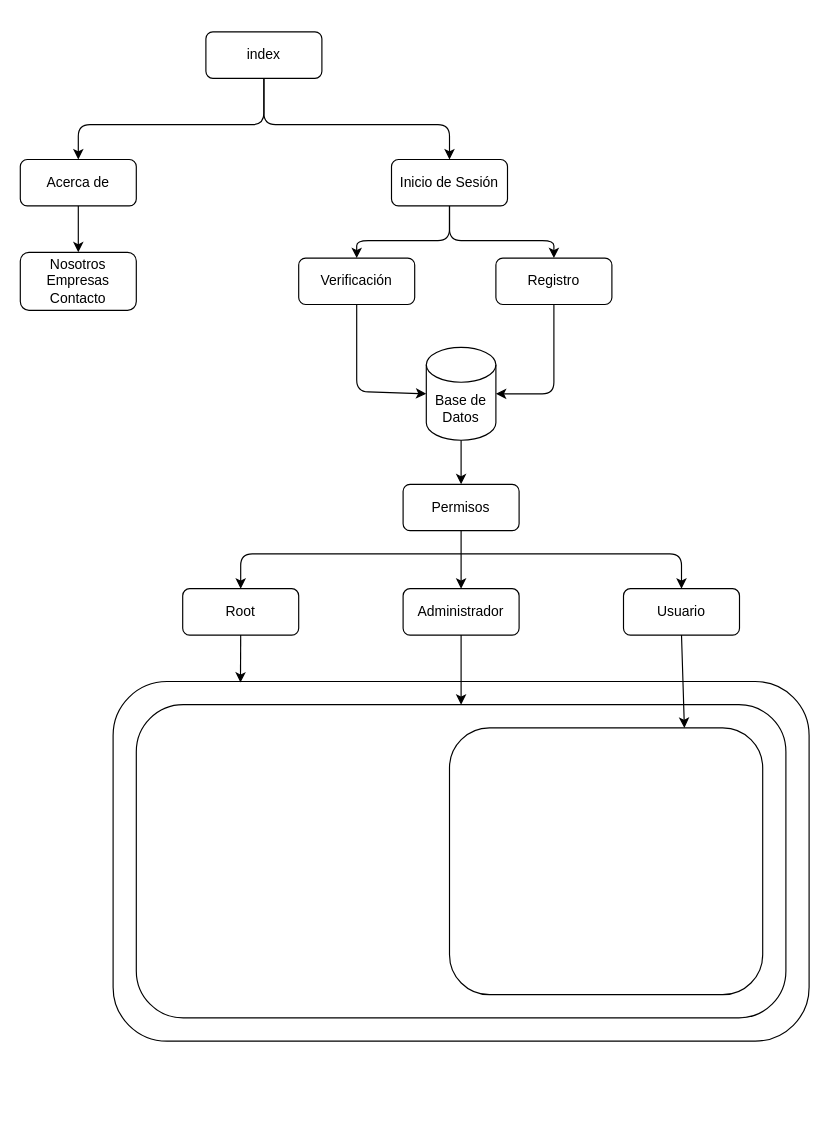
Adrian-FES-Aragon/TEC keeps this draw.io diagram as Documentación/Diagrama.drawio. Above is the earlier version. Source tidied: cells renumbered, new cells numbered last; positions are measured from the earlier drawing's top-left corner, leaving out a move shared by most shapes. Both pictures are drawn from the tidied source at 116%, with x=0, y=0 at pixel (20, 31).
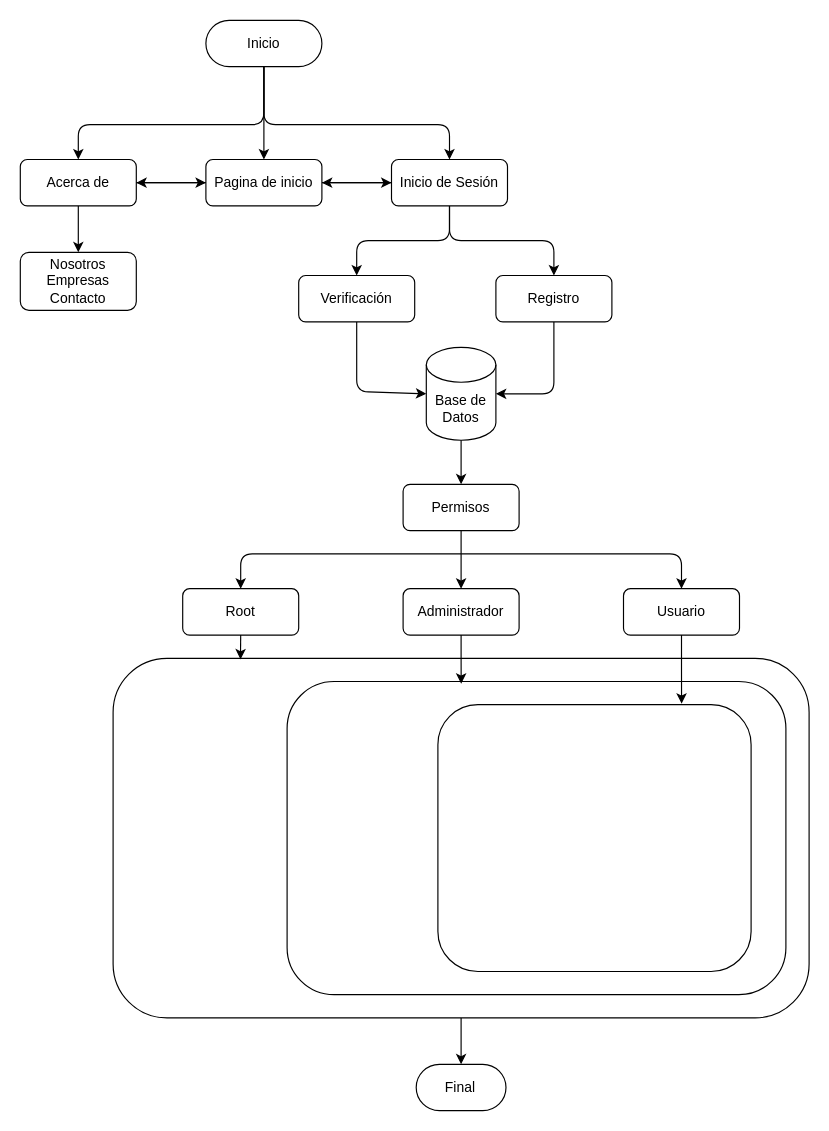
Above is the later version.

Unchanged cells that the change refers to:
```xml
<mxCell id="4" value="Inicio de Sesión" style="rounded=1;whiteSpace=wrap;html=1;" parent="1" vertex="1">
  <mxGeometry x="320" y="110" width="100" height="40" as="geometry" />
</mxCell>
<mxCell id="5" value="Acerca de" style="rounded=1;whiteSpace=wrap;html=1;" parent="1" vertex="1">
  <mxGeometry y="110" width="100" height="40" as="geometry" />
</mxCell>
<mxCell id="18" value="Administrador" style="rounded=1;whiteSpace=wrap;html=1;" parent="1" vertex="1">
  <mxGeometry x="330" y="480" width="100" height="40" as="geometry" />
</mxCell>
<mxCell id="19" value="Root" style="rounded=1;whiteSpace=wrap;html=1;" parent="1" vertex="1">
  <mxGeometry x="140" y="480" width="100" height="40" as="geometry" />
</mxCell>
<mxCell id="20" value="Usuario" style="rounded=1;whiteSpace=wrap;html=1;" parent="1" vertex="1">
  <mxGeometry x="520" y="480" width="100" height="40" as="geometry" />
</mxCell>
```

What changed in the source:
```diff
@@
+    <mxCell id="25" style="rounded=1;whiteSpace=wrap;html=1;" parent="1" vertex="1">
+      <mxGeometry x="80" y="540" width="600" height="310" as="geometry" />
+    </mxCell>
+    <mxCell id="26" style="rounded=1;whiteSpace=wrap;html=1;" parent="1" vertex="1">
+      <mxGeometry x="230" y="560" width="430" height="270" as="geometry" />
+    </mxCell>
+    <mxCell id="31" style="edgeStyle=orthogonalEdgeStyle;rounded=0;jettySize=auto;html=1;exitX=0.5;exitY=1;exitDx=0;exitDy=0;" parent="1" edge="1" source="2" target="38">
+      <mxGeometry relative="1" as="geometry" />
+    </mxCell>
-    <mxCell id="2" style="rounded=1;whiteSpace=wrap;html=1;" parent="1" vertex="1">
-      <mxGeometry x="160" width="100" height="40" as="geometry" />
+    <mxCell id="2" value="Inicio" style="rounded=1;whiteSpace=wrap;html=1;arcSize=50;" parent="1" vertex="1">
+      <mxGeometry x="160" y="-10" width="100" height="40" as="geometry" />
     </mxCell>
-    <mxCell id="3" value="index" style="text;html=1;strokeColor=none;fillColor=none;align=center;verticalAlign=middle;whiteSpace=wrap;rounded=0;" parent="1" vertex="1">
-      <mxGeometry x="190" y="10" width="40" height="20" as="geometry" />
-    </mxCell>
+    <mxCell id="32" style="edgeStyle=orthogonalEdgeStyle;rounded=0;jettySize=auto;html=1;exitX=0;exitY=0.5;exitDx=0;exitDy=0;entryX=1;entryY=0.5;entryDx=0;entryDy=0;" parent="1" edge="1" source="4" target="38">
+      <mxGeometry relative="1" as="geometry" />
+    </mxCell>
@@
+    <mxCell id="33" style="edgeStyle=orthogonalEdgeStyle;rounded=0;jettySize=auto;html=1;exitX=1;exitY=0.5;exitDx=0;exitDy=0;entryX=0;entryY=0.5;entryDx=0;entryDy=0;" parent="1" edge="1" source="5" target="38">
+      <mxGeometry relative="1" as="geometry" />
+    </mxCell>
@@
     <mxCell id="7" value="Verificación" style="rounded=1;whiteSpace=wrap;html=1;" parent="1" vertex="1">
-      <mxGeometry x="240" y="195" width="100" height="40" as="geometry" />
+      <mxGeometry x="240" y="210" width="100" height="40" as="geometry" />
     </mxCell>
     <mxCell id="8" value="Registro" style="rounded=1;whiteSpace=wrap;html=1;" parent="1" vertex="1">
-      <mxGeometry x="410" y="195" width="100" height="40" as="geometry" />
+      <mxGeometry x="410" y="210" width="100" height="40" as="geometry" />
     </mxCell>
@@
+    <mxCell id="29" style="edgeStyle=orthogonalEdgeStyle;rounded=0;jettySize=auto;html=1;exitX=0.5;exitY=1;exitDx=0;exitDy=0;entryX=0.349;entryY=0.007;entryDx=0;entryDy=0;entryPerimeter=0;" parent="1" edge="1" source="18" target="26">
+      <mxGeometry relative="1" as="geometry" />
+    </mxCell>
@@
+    <mxCell id="28" style="edgeStyle=orthogonalEdgeStyle;rounded=0;jettySize=auto;html=1;exitX=0.5;exitY=1;exitDx=0;exitDy=0;entryX=0.183;entryY=0.003;entryDx=0;entryDy=0;entryPerimeter=0;" parent="1" edge="1" source="19" target="25">
+      <mxGeometry relative="1" as="geometry" />
+    </mxCell>
@@
+    <mxCell id="30" style="edgeStyle=orthogonalEdgeStyle;rounded=0;jettySize=auto;html=1;exitX=0.5;exitY=1;exitDx=0;exitDy=0;entryX=0.778;entryY=-0.004;entryDx=0;entryDy=0;entryPerimeter=0;" parent="1" edge="1" source="20" target="27">
+      <mxGeometry relative="1" as="geometry" />
+    </mxCell>
@@
-    <mxCell id="25" style="rounded=1;whiteSpace=wrap;html=1;" parent="1" vertex="1">
-      <mxGeometry x="80" y="560" width="600" height="310" as="geometry" />
-    </mxCell>
-    <mxCell id="26" style="rounded=1;whiteSpace=wrap;html=1;" parent="1" vertex="1">
-      <mxGeometry x="100" y="580" width="560" height="270" as="geometry" />
-    </mxCell>
+    <mxCell id="34" style="edgeStyle=orthogonalEdgeStyle;rounded=0;jettySize=auto;html=1;" parent="1" edge="1" source="25" target="35">
+      <mxGeometry relative="1" as="geometry" />
+    </mxCell>
     <mxCell id="27" style="rounded=1;whiteSpace=wrap;html=1;" parent="1" vertex="1">
-      <mxGeometry x="370" y="600" width="270" height="230" as="geometry" />
+      <mxGeometry x="360" y="580" width="270" height="230" as="geometry" />
     </mxCell>
-    <mxCell id="28" style="endArrow=classic;html=1;exitX=0.5;exitY=1;exitDx=0;exitDy=0;entryX=0.183;entryY=0.003;entryDx=0;entryDy=0;entryPerimeter=0;" parent="1" edge="1" source="19" target="25">
-      <mxGeometry relative="1" as="geometry" />
-    </mxCell>
-    <mxCell id="29" style="endArrow=classic;html=1;entryX=0.5;entryY=0;entryDx=0;entryDy=0;exitX=0.5;exitY=1;exitDx=0;exitDy=0;" parent="1" edge="1" source="18" target="26">
-      <mxGeometry relative="1" as="geometry" />
-    </mxCell>
-    <mxCell id="30" style="endArrow=classic;html=1;exitX=0.5;exitY=1;exitDx=0;exitDy=0;entryX=0.75;entryY=0;entryDx=0;entryDy=0;" parent="1" edge="1" source="20" target="27">
-      <mxGeometry relative="1" as="geometry" />
-    </mxCell>
+    <mxCell id="35" value="Final" style="rounded=1;whiteSpace=wrap;html=1;arcSize=50;" parent="1" vertex="1">
+      <mxGeometry x="341.3" y="890" width="77.4" height="40" as="geometry" />
+    </mxCell>
+    <mxCell id="36" style="edgeStyle=orthogonalEdgeStyle;rounded=0;jettySize=auto;html=1;exitX=0;exitY=0.5;exitDx=0;exitDy=0;entryX=1;entryY=0.5;entryDx=0;entryDy=0;" parent="1" edge="1" source="38" target="5">
+      <mxGeometry relative="1" as="geometry" />
+    </mxCell>
+    <mxCell id="37" style="edgeStyle=orthogonalEdgeStyle;rounded=0;jettySize=auto;html=1;exitX=1;exitY=0.5;exitDx=0;exitDy=0;entryX=0;entryY=0.5;entryDx=0;entryDy=0;" parent="1" edge="1" source="38" target="4">
+      <mxGeometry relative="1" as="geometry" />
+    </mxCell>
+    <mxCell id="38" value="Pagina de inicio" style="rounded=1;whiteSpace=wrap;html=1;" parent="1" vertex="1">
+      <mxGeometry x="160" y="110" width="100" height="40" as="geometry" />
+    </mxCell>
```
